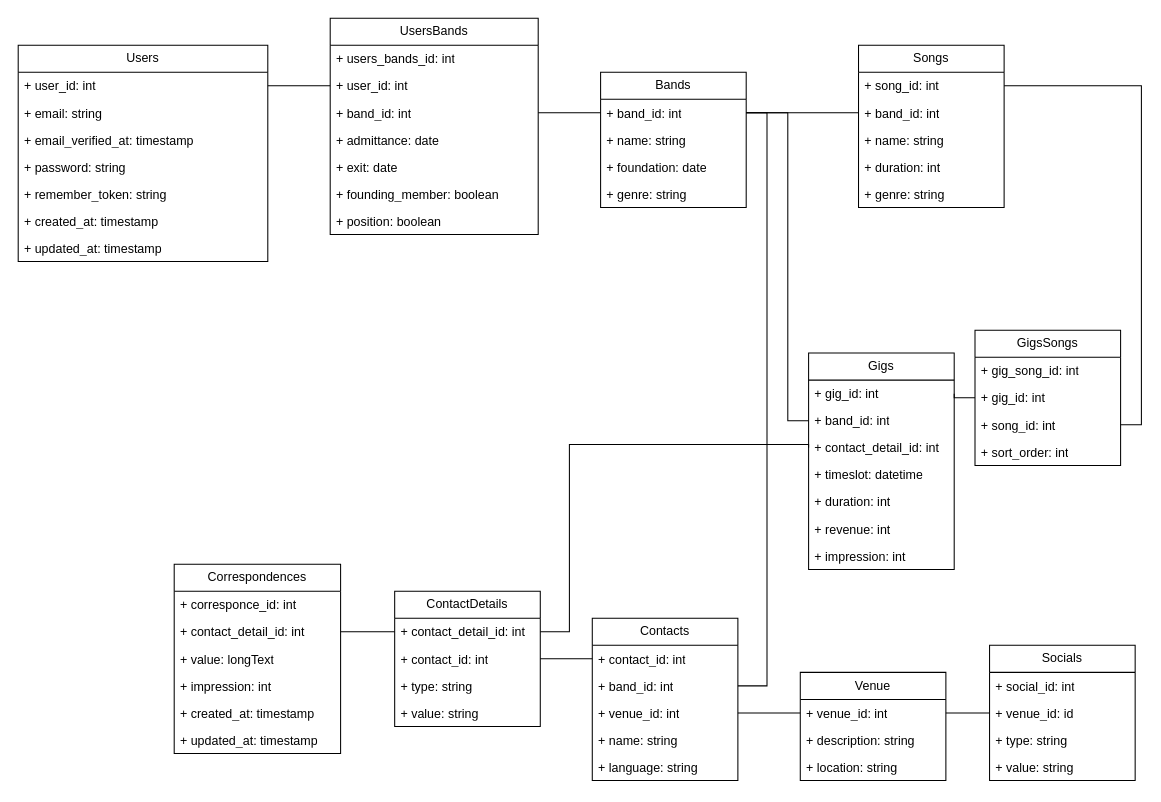
The draw.io diagram databaseEntities.drawio in DWave3239/CommPulse, before the edit. Source tidied: cells renumbered, new cells numbered last; positions are measured from the earlier drawing's top-left corner, leaving out a move shared by most shapes. Both pictures are drawn from the tidied source at 104%, with x=0, y=0 at pixel (18, 18).
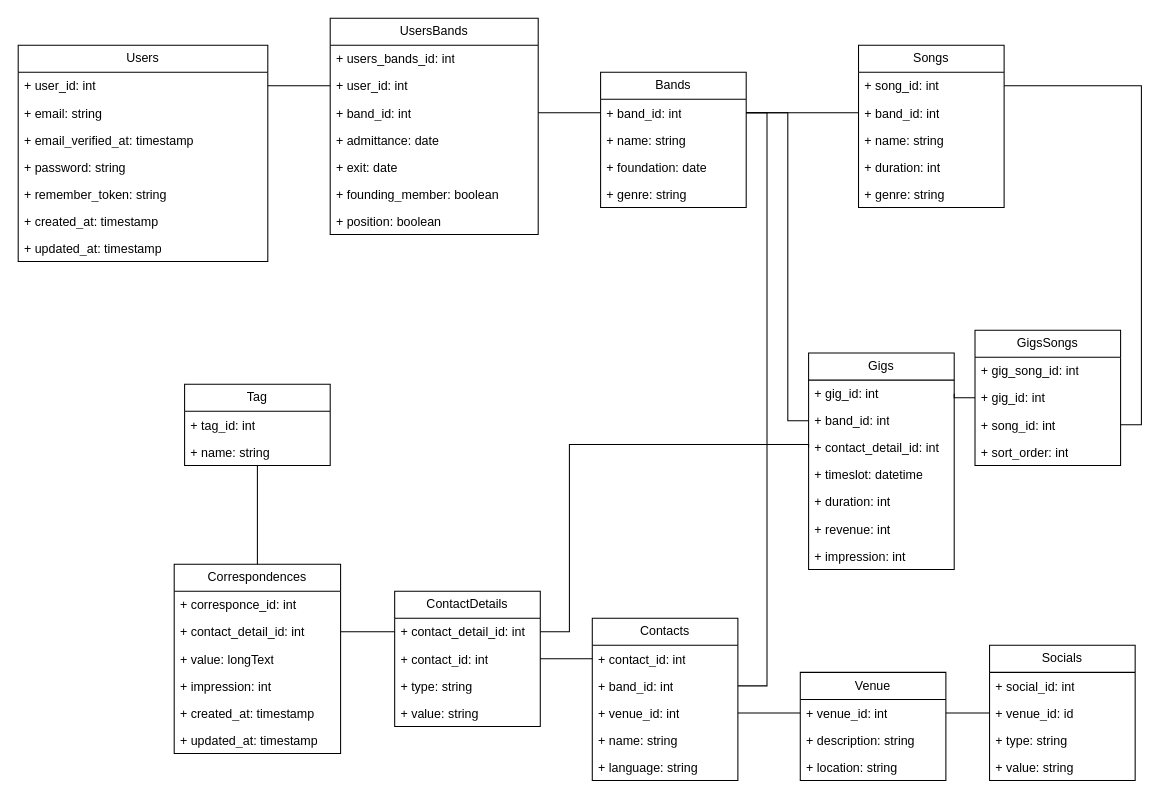
The same diagram, later.

The change refers to these unchanged cells:
```xml
<mxCell id="55" value="Correspondences" style="swimlane;fontStyle=0;horizontal=1;startSize=26;fillColor=none;whiteSpace=wrap;html=1;" parent="1" vertex="1">
  <mxGeometry x="150" y="525" width="160" height="182" as="geometry" />
</mxCell>
```

What changed in the source:
```diff
@@
+    <mxCell id="81" style="edgeStyle=orthogonalEdgeStyle;rounded=0;jettySize=auto;html=1;exitX=0.5;exitY=0;exitDx=0;exitDy=0;endArrow=none;endFill=0;" parent="1" edge="1" source="55" target="82">
+      <mxGeometry relative="1" as="geometry" />
+    </mxCell>
@@
+    <mxCell id="82" value="Tag" style="swimlane;fontStyle=0;horizontal=1;startSize=26;fillColor=none;whiteSpace=wrap;html=1;" parent="1" vertex="1">
+      <mxGeometry x="160" y="352" width="140" height="78" as="geometry" />
+    </mxCell>
+    <mxCell id="83" value="+ tag_id: int" style="text;strokeColor=none;fillColor=none;align=left;verticalAlign=top;spacingLeft=4;spacingRight=4;overflow=hidden;whiteSpace=wrap;html=1;" parent="82" vertex="1">
+      <mxGeometry y="26" width="140" height="26" as="geometry" />
+    </mxCell>
+    <mxCell id="84" value="+ name: string" style="text;strokeColor=none;fillColor=none;align=left;verticalAlign=top;spacingLeft=4;spacingRight=4;overflow=hidden;whiteSpace=wrap;html=1;" parent="82" vertex="1">
+      <mxGeometry y="52" width="140" height="26" as="geometry" />
+    </mxCell>
```
